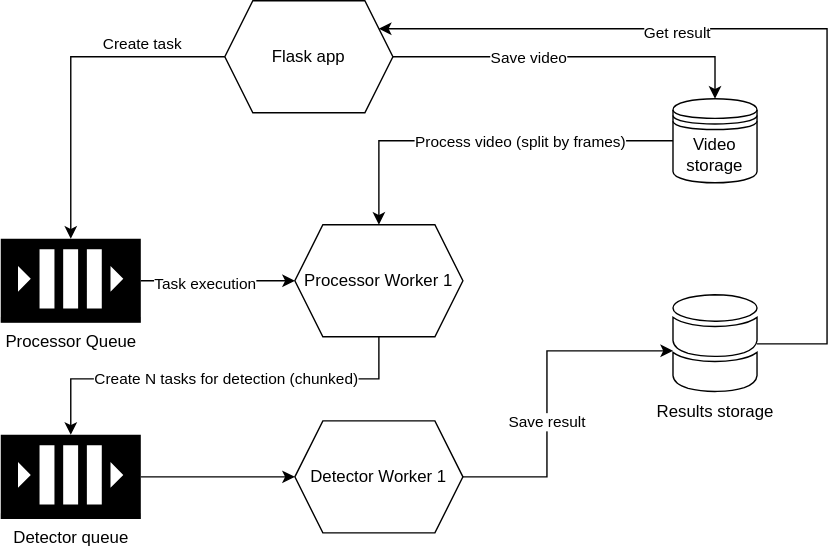
This is components.svg from dmkulazhenko/web-detector, a draw.io export, as it was before one commit. Source tidied: cells renumbered, new cells last; positions are measured from the earlier drawing's top-left corner, leaving out a move shared by most shapes.
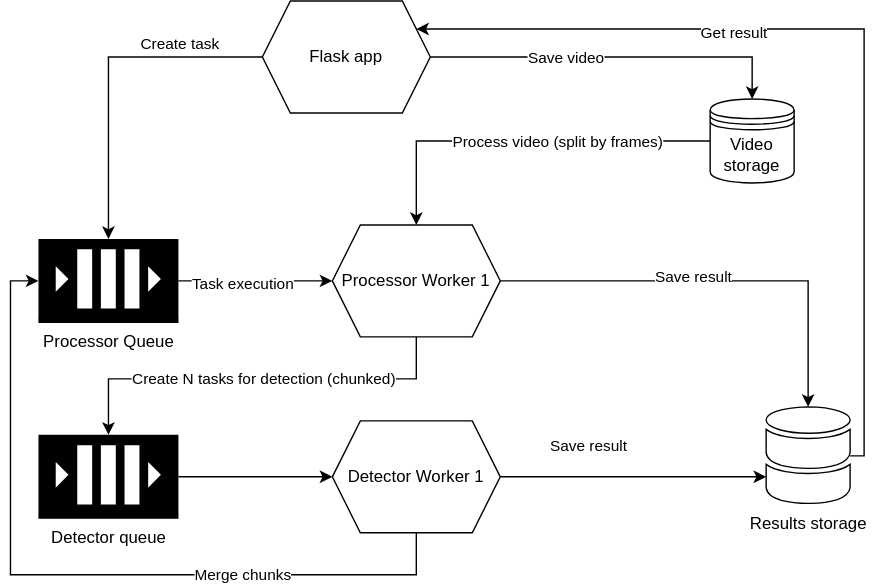
Later version of the same file.

The edit, as a diff of the source:
```diff
@@ -32,14 +32,20 @@
         <mxPoint x="-30" as="offset" />
       </mxGeometry>
     </mxCell>
+    <mxCell id="24" style="edgeStyle=orthogonalEdgeStyle;rounded=0;jettySize=auto;html=1;" parent="1" edge="1" source="9" target="18">
+      <mxGeometry relative="1" as="geometry" />
+    </mxCell>
+    <mxCell id="25" value="Save result" style="edgeLabel;html=1;align=center;verticalAlign=middle;" parent="24" vertex="1">
+      <mxGeometry x="-0.12" y="4" relative="1" as="geometry" />
+    </mxCell>
     <mxCell id="9" value="Processor Worker 1" style="shape=hexagon;perimeter=hexagonPerimeter2;whiteSpace=wrap;html=1;fixedSize=1;" parent="1" vertex="1">
       <mxGeometry x="210" y="160" width="120" height="80" as="geometry" />
     </mxCell>
     <mxCell id="10" style="edgeStyle=orthogonalEdgeStyle;rounded=0;jettySize=auto;html=1;" parent="1" edge="1" source="12" target="18">
       <mxGeometry relative="1" as="geometry">
         <Array as="points">
-          <mxPoint x="390" y="340" />
-          <mxPoint x="390" y="250" />
+          <mxPoint x="460" y="340" />
+          <mxPoint x="460" y="340" />
         </Array>
       </mxGeometry>
     </mxCell>
@@ -48,6 +54,18 @@
         <mxPoint y="-22" as="offset" />
       </mxGeometry>
     </mxCell>
+    <mxCell id="26" style="edgeStyle=orthogonalEdgeStyle;rounded=0;jettySize=auto;html=1;entryX=0;entryY=0.5;entryDx=0;entryDy=0;entryPerimeter=0;" parent="1" edge="1" source="12" target="21">
+      <mxGeometry relative="1" as="geometry">
+        <Array as="points">
+          <mxPoint x="270" y="410" />
+          <mxPoint x="-20" y="410" />
+          <mxPoint x="-20" y="200" />
+        </Array>
+      </mxGeometry>
+    </mxCell>
+    <mxCell id="27" value="Merge chunks" style="edgeLabel;html=1;align=center;verticalAlign=middle;" parent="26" vertex="1">
+      <mxGeometry x="-0.44" y="-1" relative="1" as="geometry" />
+    </mxCell>
     <mxCell id="12" value="Detector Worker 1" style="shape=hexagon;perimeter=hexagonPerimeter2;whiteSpace=wrap;html=1;fixedSize=1;" parent="1" vertex="1">
       <mxGeometry x="210" y="300" width="120" height="80" as="geometry" />
     </mxCell>
@@ -65,7 +83,7 @@
     <mxCell id="16" style="edgeStyle=orthogonalEdgeStyle;rounded=0;jettySize=auto;html=1;" parent="1" edge="1" source="18" target="6">
       <mxGeometry relative="1" as="geometry">
         <Array as="points">
-          <mxPoint x="590" y="245" />
+          <mxPoint x="590" y="325" />
           <mxPoint x="590" y="20" />
         </Array>
       </mxGeometry>
@@ -74,7 +92,7 @@
       <mxGeometry x="0.29" y="2" relative="1" as="geometry" />
     </mxCell>
     <mxCell id="18" value="Results storage" style="shadow=0;dashed=0;html=1;labelPosition=center;verticalLabelPosition=bottom;verticalAlign=top;outlineConnect=0;align=center;shape=mxgraph.office.databases.database_mini_2;" parent="1" vertex="1">
-      <mxGeometry x="480" y="210" width="60" height="70" as="geometry" />
+      <mxGeometry x="520" y="290" width="60" height="70" as="geometry" />
     </mxCell>
     <mxCell id="19" style="edgeStyle=orthogonalEdgeStyle;rounded=0;jettySize=auto;html=1;entryX=0;entryY=0.5;entryDx=0;entryDy=0;" parent="1" edge="1" source="21" target="9">
       <mxGeometry relative="1" as="geometry" />
```
